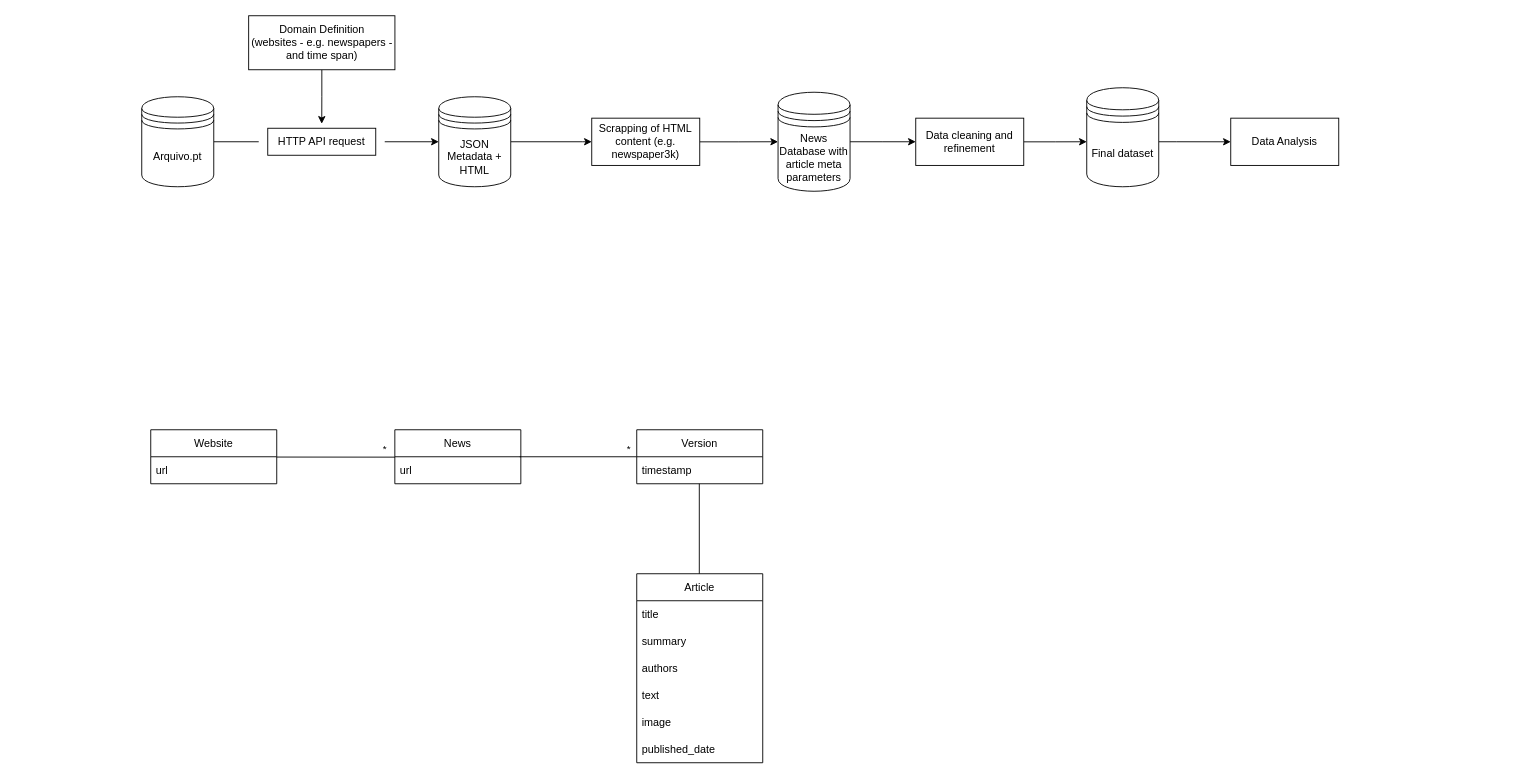
Before: docs/pipeline.drawio in TsarkFC/pri-proj, a draw.io diagram. Source tidied: cells renumbered, new cells numbered last; positions are measured from the earlier drawing's top-left corner, leaving out a move shared by most shapes. Both pictures are drawn from the tidied source at 90%, with x=0, y=0 at pixel (141, 15).
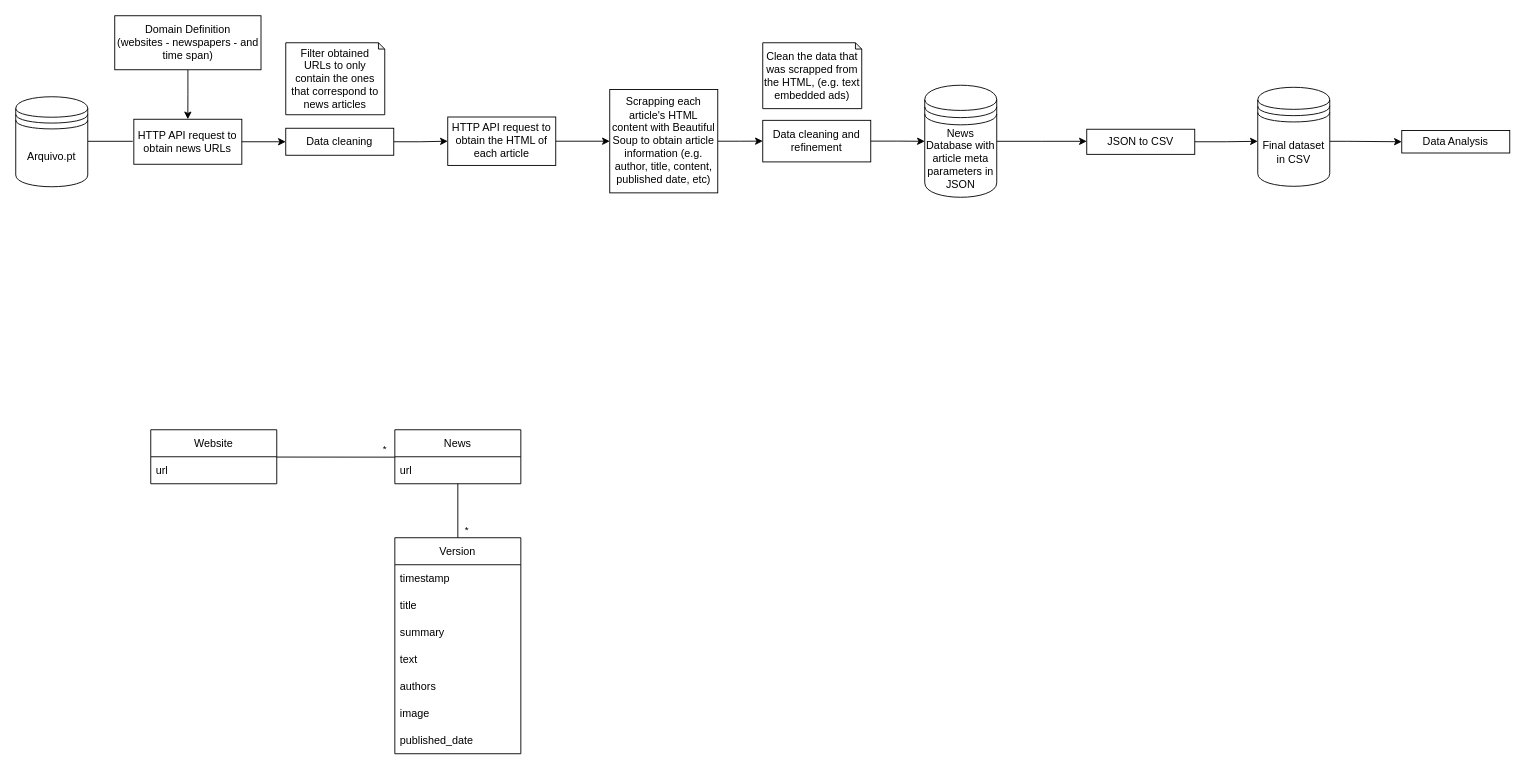
Above is the later version.

The change refers to these unchanged cells:
```xml
<mxCell id="21" value="News" style="swimlane;fontStyle=0;horizontal=1;startSize=30;" parent="1" vertex="1">
  <mxGeometry x="281.2" y="460" width="140" height="60" as="geometry" />
</mxCell>
```

Change to the diagram source:
```diff
@@
-    <mxCell id="2" style="edgeStyle=orthogonalEdgeStyle;rounded=0;orthogonalLoop=1;jettySize=auto;html=1;entryX=0;entryY=0.5;entryDx=0;entryDy=0;fontColor=default;startArrow=none;strokeColor=default;labelBackgroundColor=default;" parent="1" edge="1">
-      <mxGeometry relative="1" as="geometry">
-        <mxPoint x="270" y="140" as="sourcePoint" />
-        <mxPoint x="330" y="140" as="targetPoint" />
-      </mxGeometry>
+    <mxCell id="2" style="edgeStyle=orthogonalEdgeStyle;rounded=0;jettySize=auto;html=1;fontColor=default;startArrow=none;strokeColor=default;labelBackgroundColor=default;endArrow=classic;endFill=1;" parent="1" edge="1" source="37" target="39">
+      <mxGeometry relative="1" as="geometry" />
     </mxCell>
     <mxCell id="3" style="edgeStyle=orthogonalEdgeStyle;rounded=0;orthogonalLoop=1;jettySize=auto;html=1;entryX=0;entryY=0.5;entryDx=0;entryDy=0;fontColor=default;endArrow=none;" parent="1" edge="1">
       <mxGeometry relative="1" as="geometry">
-        <mxPoint x="80" y="140" as="sourcePoint" />
-        <mxPoint x="130" y="140" as="targetPoint" />
+        <mxPoint x="-60" y="139.5" as="sourcePoint" />
+        <mxPoint x="-10" y="139.5" as="targetPoint" />
       </mxGeometry>
     </mxCell>
-    <mxCell id="4" style="edgeStyle=orthogonalEdgeStyle;rounded=0;jettySize=auto;html=1;labelBackgroundColor=default;fontColor=default;strokeColor=default;" parent="1" edge="1" source="5">
-      <mxGeometry relative="1" as="geometry">
-        <mxPoint x="200" y="120" as="targetPoint" />
-      </mxGeometry>
+    <mxCell id="4" style="edgeStyle=orthogonalEdgeStyle;rounded=0;jettySize=auto;html=1;labelBackgroundColor=default;fontColor=default;strokeColor=default;entryX=0.5;entryY=0;entryDx=0;entryDy=0;" parent="1" edge="1" source="5" target="6">
+      <mxGeometry relative="1" as="geometry" />
     </mxCell>
-    <mxCell id="5" value="Domain Definition&lt;br&gt;(websites - e.g. newspapers - and time span)" style="rounded=0;whiteSpace=wrap;html=1;fontColor=default;strokeColor=default;fillColor=default;" parent="1" vertex="1">
-      <mxGeometry x="118.8" width="162.5" height="60" as="geometry" />
+    <mxCell id="5" value="Domain Definition&lt;br&gt;(websites - newspapers - and time span)" style="rounded=0;whiteSpace=wrap;html=1;fontColor=default;strokeColor=default;fillColor=default;" parent="1" vertex="1">
+      <mxGeometry x="-30" width="162.5" height="60" as="geometry" />
     </mxCell>
-    <mxCell id="6" value="&lt;span&gt;HTTP API request&lt;/span&gt;" style="rounded=0;whiteSpace=wrap;html=1;fontColor=default;strokeColor=default;fillColor=default;" parent="1" vertex="1">
-      <mxGeometry x="140" y="125" width="120" height="30" as="geometry" />
+    <mxCell id="6" value="&lt;span&gt;HTTP API request to obtain news URLs&lt;/span&gt;" style="rounded=0;whiteSpace=wrap;html=1;fontColor=default;strokeColor=default;fillColor=default;" parent="1" vertex="1">
+      <mxGeometry x="-8.8" y="115" width="120" height="50" as="geometry" />
     </mxCell>
     <mxCell id="7" value="Arquivo.pt" style="shape=datastore;whiteSpace=wrap;html=1;fontColor=default;strokeColor=default;fillColor=default;" parent="1" vertex="1">
-      <mxGeometry y="90" width="80" height="100" as="geometry" />
+      <mxGeometry x="-140" y="90" width="80" height="100" as="geometry" />
     </mxCell>
-    <mxCell id="8" style="edgeStyle=orthogonalEdgeStyle;rounded=0;jettySize=auto;html=1;labelBackgroundColor=default;fontColor=default;strokeColor=default;" parent="1" edge="1" source="9">
-      <mxGeometry relative="1" as="geometry">
-        <mxPoint x="500" y="140" as="targetPoint" />
-        <Array as="points">
-          <mxPoint x="490" y="140" />
-        </Array>
-      </mxGeometry>
+    <mxCell id="8" style="edgeStyle=orthogonalEdgeStyle;rounded=0;jettySize=auto;html=1;labelBackgroundColor=default;fontColor=default;strokeColor=default;endArrow=classic;endFill=1;entryX=0;entryY=0.5;entryDx=0;entryDy=0;" parent="1" edge="1" source="39" target="11">
+      <mxGeometry relative="1" as="geometry" />
     </mxCell>
-    <mxCell id="9" value="JSON Metadata + HTML" style="shape=datastore;whiteSpace=wrap;html=1;fontColor=default;strokeColor=default;fillColor=default;" parent="1" vertex="1">
-      <mxGeometry x="330" y="90" width="80" height="100" as="geometry" />
-    </mxCell>
-    <mxCell id="10" style="edgeStyle=orthogonalEdgeStyle;rounded=0;jettySize=auto;html=1;labelBackgroundColor=default;fontColor=default;strokeColor=default;" parent="1" edge="1" source="11" target="13">
+    <mxCell id="10" style="edgeStyle=orthogonalEdgeStyle;rounded=0;jettySize=auto;html=1;labelBackgroundColor=default;fontColor=default;strokeColor=default;endArrow=classic;endFill=1;" parent="1" edge="1" source="11" target="40">
       <mxGeometry relative="1" as="geometry" />
     </mxCell>
-    <mxCell id="11" value="&lt;span&gt;Scrapping of HTML content (e.g. newspaper3k)&lt;/span&gt;" style="rounded=0;whiteSpace=wrap;html=1;fontColor=default;strokeColor=default;fillColor=default;" parent="1" vertex="1">
-      <mxGeometry x="500" y="113.8" width="120" height="52.5" as="geometry" />
+    <mxCell id="11" value="&lt;span&gt;Scrapping each article's HTML content with Beautiful Soup to obtain article information (e.g. author, title, content, published date, etc)&lt;/span&gt;" style="rounded=0;whiteSpace=wrap;html=1;fontColor=default;strokeColor=default;fillColor=default;" parent="1" vertex="1">
+      <mxGeometry x="520" y="82" width="120" height="114.8" as="geometry" />
     </mxCell>
-    <mxCell id="12" style="edgeStyle=orthogonalEdgeStyle;rounded=0;jettySize=auto;html=1;labelBackgroundColor=default;fontColor=default;strokeColor=default;" parent="1" edge="1" source="13">
+    <mxCell id="12" style="edgeStyle=orthogonalEdgeStyle;rounded=0;jettySize=auto;html=1;labelBackgroundColor=default;fontColor=default;strokeColor=default;endArrow=classic;endFill=1;" parent="1" edge="1" source="13">
       <mxGeometry relative="1" as="geometry">
-        <mxPoint x="860" y="140" as="targetPoint" />
+        <mxPoint x="1050" y="139.5" as="targetPoint" />
       </mxGeometry>
     </mxCell>
-    <mxCell id="13" value="News Database with article meta parameters" style="shape=datastore;whiteSpace=wrap;html=1;fontColor=default;strokeColor=default;fillColor=default;" parent="1" vertex="1">
-      <mxGeometry x="707" y="85" width="80" height="110" as="geometry" />
+    <mxCell id="13" value="News Database with article meta parameters in JSON" style="shape=datastore;whiteSpace=wrap;html=1;fontColor=default;strokeColor=default;fillColor=default;" parent="1" vertex="1">
+      <mxGeometry x="870" y="77.2" width="80" height="124.5" as="geometry" />
     </mxCell>
     <mxCell id="14" style="edgeStyle=orthogonalEdgeStyle;rounded=0;jettySize=auto;html=1;labelBackgroundColor=default;fontColor=default;strokeColor=default;" parent="1" edge="1" source="15">
       <mxGeometry relative="1" as="geometry">
-        <mxPoint x="1050" y="140" as="targetPoint" />
+        <mxPoint x="1240" y="139.5" as="targetPoint" />
       </mxGeometry>
     </mxCell>
-    <mxCell id="15" value="&lt;span&gt;Data cleaning and refinement&lt;/span&gt;" style="rounded=0;whiteSpace=wrap;html=1;fontColor=default;strokeColor=default;fillColor=default;" parent="1" vertex="1">
-      <mxGeometry x="860" y="113.8" width="120" height="52.5" as="geometry" />
+    <mxCell id="15" value="&lt;span&gt;JSON to CSV&lt;/span&gt;" style="rounded=0;whiteSpace=wrap;html=1;fontColor=default;strokeColor=default;fillColor=default;" parent="1" vertex="1">
+      <mxGeometry x="1050" y="126.1" width="120" height="27.9" as="geometry" />
     </mxCell>
     <mxCell id="16" style="edgeStyle=orthogonalEdgeStyle;rounded=0;jettySize=auto;html=1;entryX=0;entryY=0.5;entryDx=0;entryDy=0;labelBackgroundColor=default;fontColor=default;strokeColor=default;" parent="1" edge="1" source="17" target="18">
       <mxGeometry relative="1" as="geometry">
         <Array as="points">
-          <mxPoint x="1150" y="140" />
-          <mxPoint x="1150" y="140" />
+          <mxPoint x="1340" y="139.5" />
+          <mxPoint x="1340" y="139.5" />
         </Array>
       </mxGeometry>
     </mxCell>
-    <mxCell id="17" value="Final dataset" style="shape=datastore;whiteSpace=wrap;html=1;fontColor=default;strokeColor=default;fillColor=default;" parent="1" vertex="1">
-      <mxGeometry x="1050" y="80" width="80" height="110" as="geometry" />
+    <mxCell id="17" value="Final dataset in CSV" style="shape=datastore;whiteSpace=wrap;html=1;fontColor=default;strokeColor=default;fillColor=default;" parent="1" vertex="1">
+      <mxGeometry x="1240" y="79.5" width="80" height="110" as="geometry" />
     </mxCell>
     <mxCell id="18" value="&lt;span&gt;Data Analysis&lt;/span&gt;" style="rounded=0;whiteSpace=wrap;html=1;fontColor=default;strokeColor=default;fillColor=default;" parent="1" vertex="1">
-      <mxGeometry x="1210" y="113.8" width="120" height="52.5" as="geometry" />
+      <mxGeometry x="1400" y="127.5" width="120" height="25" as="geometry" />
     </mxCell>
@@
     <mxCell id="23" value="Version" style="swimlane;fontStyle=0;horizontal=1;startSize=30;" parent="1" vertex="1">
-      <mxGeometry x="550" y="460" width="140" height="60" as="geometry" />
+      <mxGeometry x="281.2" y="580" width="140" height="240" as="geometry" />
     </mxCell>
@@
+    <mxCell id="30" value="title" style="text;strokeColor=none;fillColor=none;align=left;verticalAlign=middle;spacingLeft=4;spacingRight=4;overflow=hidden;" parent="23" vertex="1">
+      <mxGeometry y="60" width="140" height="30" as="geometry" />
+    </mxCell>
+    <mxCell id="31" value="summary" style="text;strokeColor=none;fillColor=none;align=left;verticalAlign=middle;spacingLeft=4;spacingRight=4;overflow=hidden;" parent="23" vertex="1">
+      <mxGeometry y="90" width="140" height="30" as="geometry" />
+    </mxCell>
+    <mxCell id="33" value="text" style="text;strokeColor=none;fillColor=none;align=left;verticalAlign=middle;spacingLeft=4;spacingRight=4;overflow=hidden;" parent="23" vertex="1">
+      <mxGeometry y="120" width="140" height="30" as="geometry" />
+    </mxCell>
+    <mxCell id="32" value="authors" style="text;strokeColor=none;fillColor=none;align=left;verticalAlign=middle;spacingLeft=4;spacingRight=4;overflow=hidden;" parent="23" vertex="1">
+      <mxGeometry y="150" width="140" height="30" as="geometry" />
+    </mxCell>
+    <mxCell id="34" value="image" style="text;strokeColor=none;fillColor=none;align=left;verticalAlign=middle;spacingLeft=4;spacingRight=4;overflow=hidden;" parent="23" vertex="1">
+      <mxGeometry y="180" width="140" height="30" as="geometry" />
+    </mxCell>
+    <mxCell id="35" value="published_date" style="text;strokeColor=none;fillColor=none;align=left;verticalAlign=middle;spacingLeft=4;spacingRight=4;overflow=hidden;" parent="23" vertex="1">
+      <mxGeometry y="210" width="140" height="30" as="geometry" />
+    </mxCell>
-    <mxCell id="25" style="endArrow=none;html=1;rounded=0;exitX=0;exitY=0.5;exitDx=0;exitDy=0;" parent="1" edge="1" source="23">
-      <mxGeometry relative="1" as="geometry">
-        <mxPoint x="420" y="490" as="targetPoint" />
-      </mxGeometry>
+    <mxCell id="25" style="endArrow=none;html=1;rounded=0;" parent="1" edge="1" source="23" target="21">
+      <mxGeometry relative="1" as="geometry" />
     </mxCell>
     <mxCell id="26" value="*" style="edgeLabel;html=1;align=center;verticalAlign=middle;" parent="25" vertex="1">
       <mxGeometry x="-0.5" y="1" relative="1" as="geometry">
-        <mxPoint x="23" y="-11" as="offset" />
+        <mxPoint x="10" y="5" as="offset" />
       </mxGeometry>
     </mxCell>
@@
-    <mxCell id="29" value="Article" style="swimlane;fontStyle=0;horizontal=1;startSize=30;" parent="1" vertex="1">
-      <mxGeometry x="550" y="620" width="140" height="210" as="geometry" />
-    </mxCell>
-    <mxCell id="30" value="title" style="text;strokeColor=none;fillColor=none;align=left;verticalAlign=middle;spacingLeft=4;spacingRight=4;overflow=hidden;" parent="29" vertex="1">
-      <mxGeometry y="30" width="140" height="30" as="geometry" />
-    </mxCell>
-    <mxCell id="31" value="summary" style="text;strokeColor=none;fillColor=none;align=left;verticalAlign=middle;spacingLeft=4;spacingRight=4;overflow=hidden;" parent="29" vertex="1">
-      <mxGeometry y="60" width="140" height="30" as="geometry" />
-    </mxCell>
-    <mxCell id="32" value="authors" style="text;strokeColor=none;fillColor=none;align=left;verticalAlign=middle;spacingLeft=4;spacingRight=4;overflow=hidden;" parent="29" vertex="1">
-      <mxGeometry y="90" width="140" height="30" as="geometry" />
-    </mxCell>
-    <mxCell id="33" value="text" style="text;strokeColor=none;fillColor=none;align=left;verticalAlign=middle;spacingLeft=4;spacingRight=4;overflow=hidden;" parent="29" vertex="1">
-      <mxGeometry y="120" width="140" height="30" as="geometry" />
-    </mxCell>
-    <mxCell id="34" value="image" style="text;strokeColor=none;fillColor=none;align=left;verticalAlign=middle;spacingLeft=4;spacingRight=4;overflow=hidden;" parent="29" vertex="1">
-      <mxGeometry y="150" width="140" height="30" as="geometry" />
-    </mxCell>
-    <mxCell id="35" value="published_date" style="text;strokeColor=none;fillColor=none;align=left;verticalAlign=middle;spacingLeft=4;spacingRight=4;overflow=hidden;" parent="29" vertex="1">
-      <mxGeometry y="180" width="140" height="30" as="geometry" />
-    </mxCell>
-    <mxCell id="36" style="endArrow=none;html=1;rounded=0;exitX=0.5;exitY=0;exitDx=0;exitDy=0;" parent="1" edge="1">
-      <mxGeometry relative="1" as="geometry">
-        <mxPoint x="619.5" y="620" as="sourcePoint" />
-        <mxPoint x="619.5" y="520" as="targetPoint" />
-      </mxGeometry>
-    </mxCell>
+    <mxCell id="37" value="Data cleaning" style="rounded=0;whiteSpace=wrap;html=1;fontColor=default;strokeColor=default;fillColor=default;" parent="1" vertex="1">
+      <mxGeometry x="160" y="125" width="120" height="30" as="geometry" />
+    </mxCell>
+    <mxCell id="38" style="edgeStyle=orthogonalEdgeStyle;rounded=0;jettySize=auto;html=1;fontColor=default;endArrow=classic;endFill=1;" parent="1" edge="1" source="6" target="37">
+      <mxGeometry relative="1" as="geometry" />
+    </mxCell>
+    <mxCell id="39" value="HTTP API request to obtain the HTML of each article" style="rounded=0;whiteSpace=wrap;html=1;fontColor=default;strokeColor=default;fillColor=default;" parent="1" vertex="1">
+      <mxGeometry x="340" y="112.5" width="120" height="53.8" as="geometry" />
+    </mxCell>
+    <mxCell id="40" value="&lt;span&gt;Data cleaning and refinement&lt;/span&gt;" style="rounded=0;whiteSpace=wrap;html=1;fontColor=default;strokeColor=default;fillColor=default;" parent="1" vertex="1">
+      <mxGeometry x="690" y="116.2" width="120" height="46.2" as="geometry" />
+    </mxCell>
+    <mxCell id="41" style="edgeStyle=orthogonalEdgeStyle;rounded=0;jettySize=auto;html=1;labelBackgroundColor=default;fontColor=default;strokeColor=default;endArrow=classic;endFill=1;" parent="1" edge="1" source="40" target="13">
+      <mxGeometry relative="1" as="geometry" />
+    </mxCell>
+    <mxCell id="42" value="&lt;span&gt;Filter obtained URLs to only contain the ones that correspond to news articles&lt;/span&gt;" style="shape=note;whiteSpace=wrap;html=1;backgroundOutline=1;darkOpacity=0.05;size=7;" parent="1" vertex="1">
+      <mxGeometry x="160" y="30" width="110" height="80" as="geometry" />
+    </mxCell>
+    <mxCell id="43" value="Clean the data that was scrapped from the HTML, (e.g. text embedded ads)" style="shape=note;whiteSpace=wrap;html=1;backgroundOutline=1;darkOpacity=0.05;size=7;" parent="1" vertex="1">
+      <mxGeometry x="690" y="30" width="110" height="73.2" as="geometry" />
+    </mxCell>
```
